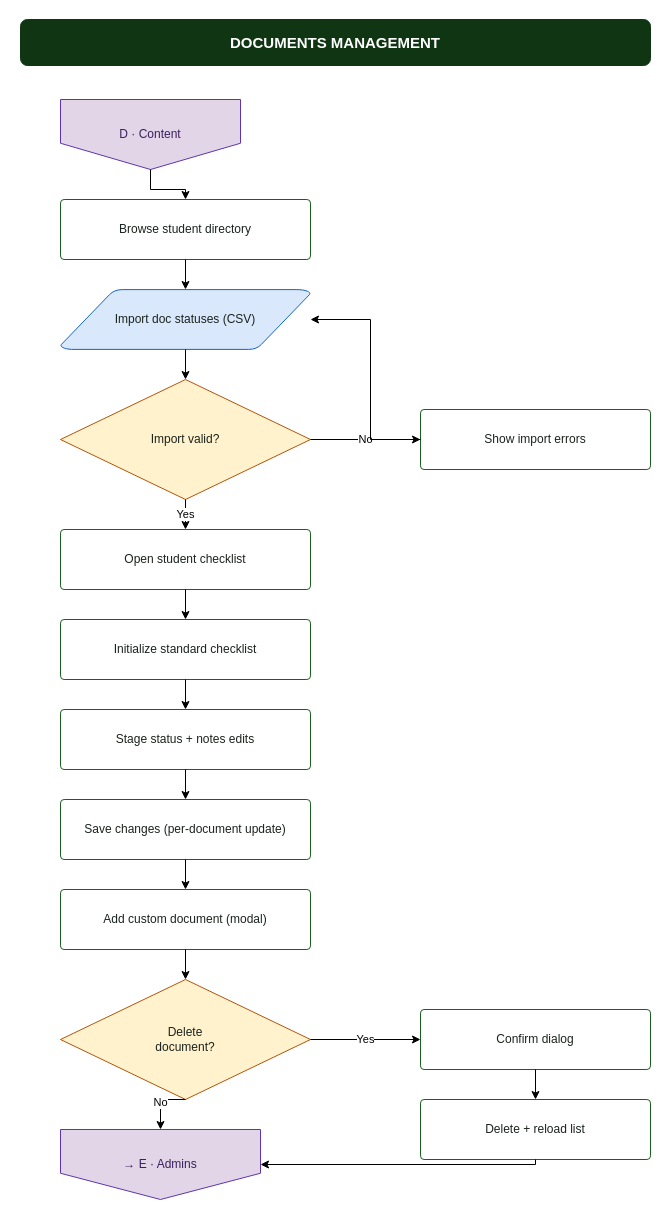
Earlier version of the draw.io diagram page "Admin — Documents" (5 of 8) of docs/reunio-admin-flow.drawio (dibidjims17/Alumni-System). Source tidied: cells renumbered, new cells numbered last; positions are measured from the earlier drawing's top-left corner, leaving out a move shared by most shapes. Both pictures are drawn from the tidied source at 100%, with x=0, y=0 at pixel (20, 19).
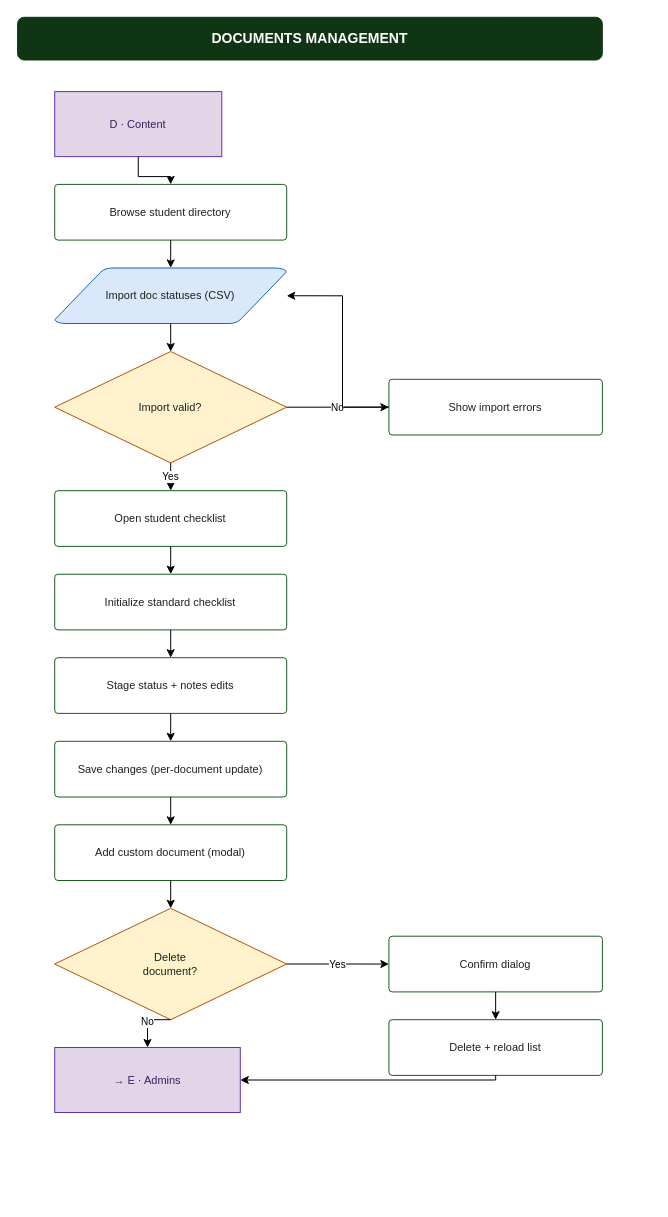
The same diagram, later.

Change to the diagram source:
```diff
@@
-    <mxCell id="2" value="DOCUMENTS MANAGEMENT" style="rounded=1;whiteSpace=wrap;html=1;fillColor=#0F3513;strokeColor=#0F3513;fontSize=15;fontStyle=1;fontColor=#ffffff;" parent="1" vertex="1">
-      <mxGeometry width="630" height="46" as="geometry" />
+    <mxCell id="2" value="DOCUMENTS MANAGEMENT" style="rounded=1;whiteSpace=wrap;html=1;fillColor=#0F3513;strokeColor=#0F3513;fontSize=14;fontStyle=1;fontColor=#ffffff;" parent="1" vertex="1">
+      <mxGeometry x="-2.9" y="-2.2" width="584.7" height="42.7" as="geometry" />
     </mxCell>
-    <mxCell id="3" value="D · Content" style="shape=offPageConnector;whiteSpace=wrap;html=1;fillColor=#e1d5e7;strokeColor=#5e35b1;fontSize=12;fontColor=#3b1f5e;" parent="1" vertex="1">
-      <mxGeometry x="40" y="80" width="180" height="70" as="geometry" />
+    <mxCell id="3" value="D · Content" style="shape=rectangle;rounded=0;whiteSpace=wrap;html=1;fillColor=#e1d5e7;strokeColor=#5e35b1;fontSize=11;fontColor=#3b1f5e;" parent="1" vertex="1">
+      <mxGeometry x="34.2" y="72.1" width="167.1" height="65" as="geometry" />
     </mxCell>
-    <mxCell id="4" value="Browse student directory" style="shape=mxgraph.flowchart.process;whiteSpace=wrap;html=1;fillColor=#ffffff;strokeColor=#1B5E20;fontSize=12;fontColor=#1B231D;" parent="1" vertex="1">
-      <mxGeometry x="40" y="180" width="250" height="60" as="geometry" />
+    <mxCell id="4" value="Browse student directory" style="shape=mxgraph.flowchart.process;whiteSpace=wrap;html=1;fillColor=#ffffff;strokeColor=#1B5E20;fontSize=11;fontColor=#1B231D;" parent="1" vertex="1">
+      <mxGeometry x="34.2" y="164.9" width="232" height="55.7" as="geometry" />
     </mxCell>
-    <mxCell id="5" value="Import doc statuses (CSV)" style="shape=mxgraph.flowchart.data;whiteSpace=wrap;html=1;fillColor=#dae8fc;strokeColor=#1565C0;fontSize=12;fontColor=#1B231D;" parent="1" vertex="1">
-      <mxGeometry x="40" y="270" width="250" height="60" as="geometry" />
+    <mxCell id="5" value="Import doc statuses (CSV)" style="shape=mxgraph.flowchart.data;whiteSpace=wrap;html=1;fillColor=#dae8fc;strokeColor=#1565C0;fontSize=11;fontColor=#1B231D;" parent="1" vertex="1">
+      <mxGeometry x="34.2" y="248.4" width="232" height="55.7" as="geometry" />
     </mxCell>
-    <mxCell id="6" value="Import valid?" style="shape=mxgraph.flowchart.decision;whiteSpace=wrap;html=1;fillColor=#fff2cc;strokeColor=#B45309;fontSize=12;fontColor=#1B231D;" parent="1" vertex="1">
-      <mxGeometry x="40" y="360" width="250" height="120" as="geometry" />
+    <mxCell id="6" value="Import valid?" style="shape=mxgraph.flowchart.decision;whiteSpace=wrap;html=1;fillColor=#fff2cc;strokeColor=#B45309;fontSize=11;fontColor=#1B231D;" parent="1" vertex="1">
+      <mxGeometry x="34.2" y="332" width="232" height="111.4" as="geometry" />
     </mxCell>
-    <mxCell id="7" value="Show import errors" style="shape=mxgraph.flowchart.process;whiteSpace=wrap;html=1;fillColor=#ffffff;strokeColor=#1B5E20;fontSize=12;fontColor=#1B231D;" parent="1" vertex="1">
-      <mxGeometry x="400" y="390" width="230" height="60" as="geometry" />
+    <mxCell id="7" value="Show import errors" style="shape=mxgraph.flowchart.process;whiteSpace=wrap;html=1;fillColor=#ffffff;strokeColor=#1B5E20;fontSize=11;fontColor=#1B231D;" parent="1" vertex="1">
+      <mxGeometry x="368.4" y="359.8" width="213.5" height="55.7" as="geometry" />
     </mxCell>
-    <mxCell id="8" value="Open student checklist" style="shape=mxgraph.flowchart.process;whiteSpace=wrap;html=1;fillColor=#ffffff;strokeColor=#1B5E20;fontSize=12;fontColor=#1B231D;" parent="1" vertex="1">
-      <mxGeometry x="40" y="510" width="250" height="60" as="geometry" />
+    <mxCell id="8" value="Open student checklist" style="shape=mxgraph.flowchart.process;whiteSpace=wrap;html=1;fillColor=#ffffff;strokeColor=#1B5E20;fontSize=11;fontColor=#1B231D;" parent="1" vertex="1">
+      <mxGeometry x="34.2" y="471.2" width="232" height="55.7" as="geometry" />
     </mxCell>
-    <mxCell id="9" value="Initialize standard checklist" style="shape=mxgraph.flowchart.process;whiteSpace=wrap;html=1;fillColor=#ffffff;strokeColor=#1B5E20;fontSize=12;fontColor=#1B231D;" parent="1" vertex="1">
-      <mxGeometry x="40" y="600" width="250" height="60" as="geometry" />
+    <mxCell id="9" value="Initialize standard checklist" style="shape=mxgraph.flowchart.process;whiteSpace=wrap;html=1;fillColor=#ffffff;strokeColor=#1B5E20;fontSize=11;fontColor=#1B231D;" parent="1" vertex="1">
+      <mxGeometry x="34.2" y="554.7" width="232" height="55.7" as="geometry" />
     </mxCell>
-    <mxCell id="10" value="Stage status + notes edits" style="shape=mxgraph.flowchart.process;whiteSpace=wrap;html=1;fillColor=#ffffff;strokeColor=#1B5E20;fontSize=12;fontColor=#1B231D;" parent="1" vertex="1">
-      <mxGeometry x="40" y="690" width="250" height="60" as="geometry" />
+    <mxCell id="10" value="Stage status + notes edits" style="shape=mxgraph.flowchart.process;whiteSpace=wrap;html=1;fillColor=#ffffff;strokeColor=#1B5E20;fontSize=11;fontColor=#1B231D;" parent="1" vertex="1">
+      <mxGeometry x="34.2" y="638.2" width="232" height="55.7" as="geometry" />
     </mxCell>
-    <mxCell id="11" value="Save changes (per-document update)" style="shape=mxgraph.flowchart.process;whiteSpace=wrap;html=1;fillColor=#ffffff;strokeColor=#1B5E20;fontSize=12;fontColor=#1B231D;" parent="1" vertex="1">
-      <mxGeometry x="40" y="780" width="250" height="60" as="geometry" />
+    <mxCell id="11" value="Save changes (per-document update)" style="shape=mxgraph.flowchart.process;whiteSpace=wrap;html=1;fillColor=#ffffff;strokeColor=#1B5E20;fontSize=11;fontColor=#1B231D;" parent="1" vertex="1">
+      <mxGeometry x="34.2" y="721.8" width="232" height="55.7" as="geometry" />
     </mxCell>
-    <mxCell id="12" value="Add custom document (modal)" style="shape=mxgraph.flowchart.process;whiteSpace=wrap;html=1;fillColor=#ffffff;strokeColor=#1B5E20;fontSize=12;fontColor=#1B231D;" parent="1" vertex="1">
-      <mxGeometry x="40" y="870" width="250" height="60" as="geometry" />
+    <mxCell id="12" value="Add custom document (modal)" style="shape=mxgraph.flowchart.process;whiteSpace=wrap;html=1;fillColor=#ffffff;strokeColor=#1B5E20;fontSize=11;fontColor=#1B231D;" parent="1" vertex="1">
+      <mxGeometry x="34.2" y="805.3" width="232" height="55.7" as="geometry" />
     </mxCell>
-    <mxCell id="13" value="Delete&#10;document?" style="shape=mxgraph.flowchart.decision;whiteSpace=wrap;html=1;fillColor=#fff2cc;strokeColor=#B45309;fontSize=12;fontColor=#1B231D;" parent="1" vertex="1">
-      <mxGeometry x="40" y="960" width="250" height="120" as="geometry" />
+    <mxCell id="13" value="Delete&#10;document?" style="shape=mxgraph.flowchart.decision;whiteSpace=wrap;html=1;fillColor=#fff2cc;strokeColor=#B45309;fontSize=11;fontColor=#1B231D;" parent="1" vertex="1">
+      <mxGeometry x="34.2" y="888.8" width="232" height="111.4" as="geometry" />
     </mxCell>
-    <mxCell id="14" value="Confirm dialog" style="shape=mxgraph.flowchart.process;whiteSpace=wrap;html=1;fillColor=#ffffff;strokeColor=#1B5E20;fontSize=12;fontColor=#1B231D;" parent="1" vertex="1">
-      <mxGeometry x="400" y="990" width="230" height="60" as="geometry" />
+    <mxCell id="14" value="Confirm dialog" style="shape=mxgraph.flowchart.process;whiteSpace=wrap;html=1;fillColor=#ffffff;strokeColor=#1B5E20;fontSize=11;fontColor=#1B231D;" parent="1" vertex="1">
+      <mxGeometry x="368.4" y="916.7" width="213.5" height="55.7" as="geometry" />
     </mxCell>
-    <mxCell id="15" value="Delete + reload list" style="shape=mxgraph.flowchart.process;whiteSpace=wrap;html=1;fillColor=#ffffff;strokeColor=#1B5E20;fontSize=12;fontColor=#1B231D;" parent="1" vertex="1">
-      <mxGeometry x="400" y="1080" width="230" height="60" as="geometry" />
+    <mxCell id="15" value="Delete + reload list" style="shape=mxgraph.flowchart.process;whiteSpace=wrap;html=1;fillColor=#ffffff;strokeColor=#1B5E20;fontSize=11;fontColor=#1B231D;" parent="1" vertex="1">
+      <mxGeometry x="368.4" y="1000.2" width="213.5" height="55.7" as="geometry" />
     </mxCell>
-    <mxCell id="16" value="→ E · Admins" style="shape=offPageConnector;whiteSpace=wrap;html=1;fillColor=#e1d5e7;strokeColor=#5e35b1;fontSize=12;fontColor=#3b1f5e;" parent="1" vertex="1">
-      <mxGeometry x="40" y="1110" width="200" height="70" as="geometry" />
+    <mxCell id="16" value="→ E · Admins" style="shape=rectangle;rounded=0;whiteSpace=wrap;html=1;fillColor=#e1d5e7;strokeColor=#5e35b1;fontSize=11;fontColor=#3b1f5e;" parent="1" vertex="1">
+      <mxGeometry x="34.2" y="1028" width="185.6" height="65" as="geometry" />
     </mxCell>
-    <mxCell id="17" style="edgeStyle=orthogonalEdgeStyle;rounded=0;jettySize=auto;html=1;endArrow=classic;endFill=1;fontSize=11;exitX=0.5;exitY=1;exitDx=0;exitDy=0;entryX=0.5;entryY=0;entryDx=0;entryDy=0;" parent="1" edge="1" source="3" target="4">
+    <mxCell id="17" style="edgeStyle=orthogonalEdgeStyle;rounded=0;jettySize=auto;html=1;endArrow=classic;endFill=1;fontSize=10;exitX=0.5;exitY=1;exitDx=0;exitDy=0;entryX=0.5;entryY=0;entryDx=0;entryDy=0;" parent="1" edge="1" source="3" target="4">
       <mxGeometry relative="1" as="geometry" />
     </mxCell>
-    <mxCell id="18" style="edgeStyle=orthogonalEdgeStyle;rounded=0;jettySize=auto;html=1;endArrow=classic;endFill=1;fontSize=11;exitX=0.5;exitY=1;exitDx=0;exitDy=0;entryX=0.5;entryY=0;entryDx=0;entryDy=0;" parent="1" edge="1" source="4" target="5">
+    <mxCell id="18" style="edgeStyle=orthogonalEdgeStyle;rounded=0;jettySize=auto;html=1;endArrow=classic;endFill=1;fontSize=10;exitX=0.5;exitY=1;exitDx=0;exitDy=0;entryX=0.5;entryY=0;entryDx=0;entryDy=0;" parent="1" edge="1" source="4" target="5">
       <mxGeometry relative="1" as="geometry" />
     </mxCell>
-    <mxCell id="19" style="edgeStyle=orthogonalEdgeStyle;rounded=0;jettySize=auto;html=1;endArrow=classic;endFill=1;fontSize=11;exitX=0.5;exitY=1;exitDx=0;exitDy=0;entryX=0.5;entryY=0;entryDx=0;entryDy=0;" parent="1" edge="1" source="5" target="6">
+    <mxCell id="19" style="edgeStyle=orthogonalEdgeStyle;rounded=0;jettySize=auto;html=1;endArrow=classic;endFill=1;fontSize=10;exitX=0.5;exitY=1;exitDx=0;exitDy=0;entryX=0.5;entryY=0;entryDx=0;entryDy=0;" parent="1" edge="1" source="5" target="6">
       <mxGeometry relative="1" as="geometry" />
     </mxCell>
-    <mxCell id="20" value="No" style="edgeStyle=orthogonalEdgeStyle;rounded=0;jettySize=auto;html=1;endArrow=classic;endFill=1;fontSize=11;exitX=1;exitY=0.5;exitDx=0;exitDy=0;entryX=0;entryY=0.5;entryDx=0;entryDy=0;" parent="1" edge="1" source="6" target="7">
+    <mxCell id="20" value="No" style="edgeStyle=orthogonalEdgeStyle;rounded=0;jettySize=auto;html=1;endArrow=classic;endFill=1;fontSize=10;exitX=1;exitY=0.5;exitDx=0;exitDy=0;entryX=0;entryY=0.5;entryDx=0;entryDy=0;" parent="1" edge="1" source="6" target="7">
       <mxGeometry relative="1" as="geometry" />
     </mxCell>
-    <mxCell id="21" style="edgeStyle=orthogonalEdgeStyle;rounded=0;jettySize=auto;html=1;endArrow=classic;endFill=1;fontSize=11;exitX=0;exitY=0.5;exitDx=0;exitDy=0;entryX=1;entryY=0.5;entryDx=0;entryDy=0;" parent="1" edge="1" source="7" target="5">
+    <mxCell id="21" style="edgeStyle=orthogonalEdgeStyle;rounded=0;jettySize=auto;html=1;endArrow=classic;endFill=1;fontSize=10;exitX=0;exitY=0.5;exitDx=0;exitDy=0;entryX=1;entryY=0.5;entryDx=0;entryDy=0;" parent="1" edge="1" source="7" target="5">
       <mxGeometry relative="1" as="geometry">
         <Array as="points">
-          <mxPoint x="350" y="420" />
-          <mxPoint x="350" y="300" />
+          <mxPoint x="322" y="387.6" />
+          <mxPoint x="322" y="276.3" />
         </Array>
       </mxGeometry>
     </mxCell>
-    <mxCell id="22" value="Yes" style="edgeStyle=orthogonalEdgeStyle;rounded=0;jettySize=auto;html=1;endArrow=classic;endFill=1;fontSize=11;exitX=0.5;exitY=1;exitDx=0;exitDy=0;entryX=0.5;entryY=0;entryDx=0;entryDy=0;" parent="1" edge="1" source="6" target="8">
+    <mxCell id="22" value="Yes" style="edgeStyle=orthogonalEdgeStyle;rounded=0;jettySize=auto;html=1;endArrow=classic;endFill=1;fontSize=10;exitX=0.5;exitY=1;exitDx=0;exitDy=0;entryX=0.5;entryY=0;entryDx=0;entryDy=0;" parent="1" edge="1" source="6" target="8">
       <mxGeometry relative="1" as="geometry" />
     </mxCell>
-    <mxCell id="23" style="edgeStyle=orthogonalEdgeStyle;rounded=0;jettySize=auto;html=1;endArrow=classic;endFill=1;fontSize=11;exitX=0.5;exitY=1;exitDx=0;exitDy=0;entryX=0.5;entryY=0;entryDx=0;entryDy=0;" parent="1" edge="1" source="8" target="9">
+    <mxCell id="23" style="edgeStyle=orthogonalEdgeStyle;rounded=0;jettySize=auto;html=1;endArrow=classic;endFill=1;fontSize=10;exitX=0.5;exitY=1;exitDx=0;exitDy=0;entryX=0.5;entryY=0;entryDx=0;entryDy=0;" parent="1" edge="1" source="8" target="9">
       <mxGeometry relative="1" as="geometry" />
     </mxCell>
-    <mxCell id="24" style="edgeStyle=orthogonalEdgeStyle;rounded=0;jettySize=auto;html=1;endArrow=classic;endFill=1;fontSize=11;exitX=0.5;exitY=1;exitDx=0;exitDy=0;entryX=0.5;entryY=0;entryDx=0;entryDy=0;" parent="1" edge="1" source="9" target="10">
+    <mxCell id="24" style="edgeStyle=orthogonalEdgeStyle;rounded=0;jettySize=auto;html=1;endArrow=classic;endFill=1;fontSize=10;exitX=0.5;exitY=1;exitDx=0;exitDy=0;entryX=0.5;entryY=0;entryDx=0;entryDy=0;" parent="1" edge="1" source="9" target="10">
       <mxGeometry relative="1" as="geometry" />
     </mxCell>
-    <mxCell id="25" style="edgeStyle=orthogonalEdgeStyle;rounded=0;jettySize=auto;html=1;endArrow=classic;endFill=1;fontSize=11;exitX=0.5;exitY=1;exitDx=0;exitDy=0;entryX=0.5;entryY=0;entryDx=0;entryDy=0;" parent="1" edge="1" source="10" target="11">
+    <mxCell id="25" style="edgeStyle=orthogonalEdgeStyle;rounded=0;jettySize=auto;html=1;endArrow=classic;endFill=1;fontSize=10;exitX=0.5;exitY=1;exitDx=0;exitDy=0;entryX=0.5;entryY=0;entryDx=0;entryDy=0;" parent="1" edge="1" source="10" target="11">
       <mxGeometry relative="1" as="geometry" />
     </mxCell>
-    <mxCell id="26" style="edgeStyle=orthogonalEdgeStyle;rounded=0;jettySize=auto;html=1;endArrow=classic;endFill=1;fontSize=11;exitX=0.5;exitY=1;exitDx=0;exitDy=0;entryX=0.5;entryY=0;entryDx=0;entryDy=0;" parent="1" edge="1" source="11" target="12">
+    <mxCell id="26" style="edgeStyle=orthogonalEdgeStyle;rounded=0;jettySize=auto;html=1;endArrow=classic;endFill=1;fontSize=10;exitX=0.5;exitY=1;exitDx=0;exitDy=0;entryX=0.5;entryY=0;entryDx=0;entryDy=0;" parent="1" edge="1" source="11" target="12">
       <mxGeometry relative="1" as="geometry" />
     </mxCell>
-    <mxCell id="27" style="edgeStyle=orthogonalEdgeStyle;rounded=0;jettySize=auto;html=1;endArrow=classic;endFill=1;fontSize=11;exitX=0.5;exitY=1;exitDx=0;exitDy=0;entryX=0.5;entryY=0;entryDx=0;entryDy=0;" parent="1" edge="1" source="12" target="13">
+    <mxCell id="27" style="edgeStyle=orthogonalEdgeStyle;rounded=0;jettySize=auto;html=1;endArrow=classic;endFill=1;fontSize=10;exitX=0.5;exitY=1;exitDx=0;exitDy=0;entryX=0.5;entryY=0;entryDx=0;entryDy=0;" parent="1" edge="1" source="12" target="13">
       <mxGeometry relative="1" as="geometry" />
     </mxCell>
-    <mxCell id="28" value="Yes" style="edgeStyle=orthogonalEdgeStyle;rounded=0;jettySize=auto;html=1;endArrow=classic;endFill=1;fontSize=11;exitX=1;exitY=0.5;exitDx=0;exitDy=0;entryX=0;entryY=0.5;entryDx=0;entryDy=0;" parent="1" edge="1" source="13" target="14">
+    <mxCell id="28" value="Yes" style="edgeStyle=orthogonalEdgeStyle;rounded=0;jettySize=auto;html=1;endArrow=classic;endFill=1;fontSize=10;exitX=1;exitY=0.5;exitDx=0;exitDy=0;entryX=0;entryY=0.5;entryDx=0;entryDy=0;" parent="1" edge="1" source="13" target="14">
       <mxGeometry relative="1" as="geometry" />
     </mxCell>
-    <mxCell id="29" style="edgeStyle=orthogonalEdgeStyle;rounded=0;jettySize=auto;html=1;endArrow=classic;endFill=1;fontSize=11;exitX=0.5;exitY=1;exitDx=0;exitDy=0;entryX=0.5;entryY=0;entryDx=0;entryDy=0;" parent="1" edge="1" source="14" target="15">
+    <mxCell id="29" style="edgeStyle=orthogonalEdgeStyle;rounded=0;jettySize=auto;html=1;endArrow=classic;endFill=1;fontSize=10;exitX=0.5;exitY=1;exitDx=0;exitDy=0;entryX=0.5;entryY=0;entryDx=0;entryDy=0;" parent="1" edge="1" source="14" target="15">
       <mxGeometry relative="1" as="geometry" />
     </mxCell>
-    <mxCell id="30" value="No" style="edgeStyle=orthogonalEdgeStyle;rounded=0;jettySize=auto;html=1;endArrow=classic;endFill=1;fontSize=11;exitX=0.5;exitY=1;exitDx=0;exitDy=0;entryX=0.5;entryY=0;entryDx=0;entryDy=0;" parent="1" edge="1" source="13" target="16">
+    <mxCell id="30" value="No" style="edgeStyle=orthogonalEdgeStyle;rounded=0;jettySize=auto;html=1;endArrow=classic;endFill=1;fontSize=10;exitX=0.5;exitY=1;exitDx=0;exitDy=0;entryX=0.5;entryY=0;entryDx=0;entryDy=0;" parent="1" edge="1" source="13" target="16">
       <mxGeometry relative="1" as="geometry" />
     </mxCell>
-    <mxCell id="31" style="edgeStyle=orthogonalEdgeStyle;rounded=0;jettySize=auto;html=1;endArrow=classic;endFill=1;fontSize=11;exitX=0.5;exitY=1;exitDx=0;exitDy=0;entryX=1;entryY=0.5;entryDx=0;entryDy=0;" parent="1" edge="1" source="15" target="16">
+    <mxCell id="31" style="edgeStyle=orthogonalEdgeStyle;rounded=0;jettySize=auto;html=1;endArrow=classic;endFill=1;fontSize=10;exitX=0.5;exitY=1;exitDx=0;exitDy=0;entryX=1;entryY=0.5;entryDx=0;entryDy=0;" parent="1" edge="1" source="15" target="16">
       <mxGeometry relative="1" as="geometry">
         <Array as="points">
-          <mxPoint x="515" y="1145" />
+          <mxPoint x="475.1" y="1060.5" />
         </Array>
       </mxGeometry>
     </mxCell>
```
